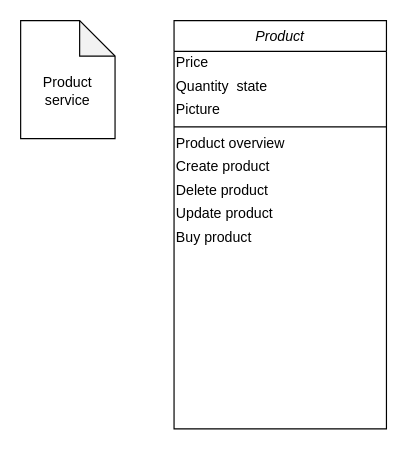
Earlier version of the draw.io diagram page "Product service" (5 of 11) of Dijagrami.drawio (andjelijaa/XML-projekat). Source tidied: cells renumbered, new cells numbered last; positions are measured from the earlier drawing's top-left corner, leaving out a move shared by most shapes. Both pictures are drawn from the tidied source at 118%, with x=0, y=0 at pixel (20, 20).
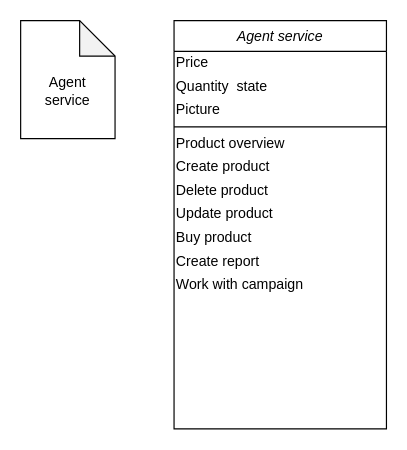
Above is the later version.

What changed in the source:
```diff
@@
 <mxGraphModel>
   <root>
     <mxCell id="0" />
     <mxCell id="1" parent="0" />
     <mxCell id="2" style="shape=note;whiteSpace=wrap;html=1;backgroundOutline=1;darkOpacity=0.05;align=left;" parent="1" vertex="1">
       <mxGeometry width="80" height="100" as="geometry" />
     </mxCell>
-    <mxCell id="3" value="Product service" style="text;html=1;strokeColor=none;fillColor=none;align=center;verticalAlign=middle;whiteSpace=wrap;rounded=0;" parent="1" vertex="1">
+    <mxCell id="3" value="Agent service" style="text;html=1;strokeColor=none;fillColor=none;align=center;verticalAlign=middle;whiteSpace=wrap;rounded=0;" parent="1" vertex="1">
       <mxGeometry x="20" y="50" width="40" height="20" as="geometry" />
     </mxCell>
-    <mxCell id="4" value="Product" style="swimlane;fontStyle=2;align=center;verticalAlign=top;horizontal=1;startSize=26;rounded=0;shadow=0;strokeWidth=1;" parent="1" vertex="1">
+    <mxCell id="4" value="Agent service" style="swimlane;fontStyle=2;align=center;verticalAlign=top;horizontal=1;startSize=26;rounded=0;shadow=0;strokeWidth=1;" parent="1" vertex="1">
       <mxGeometry x="130" width="180" height="346" as="geometry" />
     </mxCell>
     <mxCell id="5" value="Price" style="text;html=1;strokeColor=none;fillColor=none;align=left;verticalAlign=middle;whiteSpace=wrap;rounded=0;" parent="4" vertex="1">
       <mxGeometry y="26" width="180" height="20" as="geometry" />
     </mxCell>
     <mxCell id="6" value="Quantity&amp;nbsp; state&amp;nbsp;" style="text;html=1;strokeColor=none;fillColor=none;align=left;verticalAlign=middle;whiteSpace=wrap;rounded=0;" parent="4" vertex="1">
       <mxGeometry y="46" width="180" height="20" as="geometry" />
     </mxCell>
     <mxCell id="7" value="Picture" style="text;html=1;strokeColor=none;fillColor=none;align=left;verticalAlign=middle;whiteSpace=wrap;rounded=0;" parent="4" vertex="1">
       <mxGeometry y="66" width="180" height="20" as="geometry" />
     </mxCell>
     <mxCell id="8" style="line;html=1;strokeWidth=1;align=left;verticalAlign=middle;spacingTop=-1;spacingLeft=3;spacingRight=3;labelPosition=right;" parent="4" vertex="1">
       <mxGeometry y="86" width="180" height="8" as="geometry" />
     </mxCell>
     <mxCell id="9" value="Product overview" style="text;html=1;strokeColor=none;fillColor=none;align=left;verticalAlign=middle;whiteSpace=wrap;rounded=0;" parent="4" vertex="1">
       <mxGeometry y="94" width="180" height="20" as="geometry" />
     </mxCell>
     <mxCell id="10" value="Create product" style="text;html=1;strokeColor=none;fillColor=none;align=left;verticalAlign=middle;whiteSpace=wrap;rounded=0;" parent="4" vertex="1">
       <mxGeometry y="114" width="180" height="20" as="geometry" />
     </mxCell>
     <mxCell id="11" value="Delete product" style="text;html=1;strokeColor=none;fillColor=none;align=left;verticalAlign=middle;whiteSpace=wrap;rounded=0;" parent="4" vertex="1">
       <mxGeometry y="134" width="180" height="20" as="geometry" />
     </mxCell>
     <mxCell id="12" value="Update product" style="text;html=1;strokeColor=none;fillColor=none;align=left;verticalAlign=middle;whiteSpace=wrap;rounded=0;" parent="4" vertex="1">
       <mxGeometry y="154" width="180" height="20" as="geometry" />
     </mxCell>
     <mxCell id="13" value="Buy product" style="text;html=1;strokeColor=none;fillColor=none;align=left;verticalAlign=middle;whiteSpace=wrap;rounded=0;" parent="4" vertex="1">
       <mxGeometry y="174" width="180" height="20" as="geometry" />
     </mxCell>
+    <mxCell id="14" value="Create report" style="text;html=1;strokeColor=none;fillColor=none;align=left;verticalAlign=middle;whiteSpace=wrap;rounded=0;" parent="4" vertex="1">
+      <mxGeometry y="194" width="180" height="20" as="geometry" />
+    </mxCell>
+    <mxCell id="15" value="Work with campaign" style="text;html=1;strokeColor=none;fillColor=none;align=left;verticalAlign=middle;whiteSpace=wrap;rounded=0;" parent="4" vertex="1">
+      <mxGeometry y="214" width="180" height="20" as="geometry" />
+    </mxCell>
   </root>
 </mxGraphModel>
```
